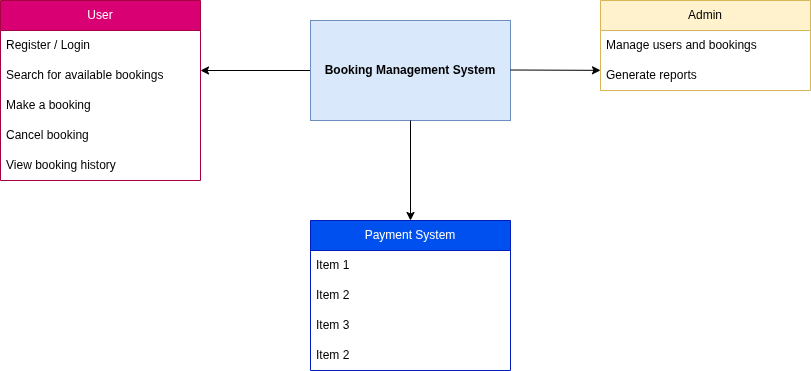
Before: alx-booking-uc.png, a diagram exported from draw.io (enyasystem/requirement-analysis). Source tidied: cells renumbered, new cells last; positions are measured from the earlier drawing's top-left corner, leaving out a move shared by most shapes.
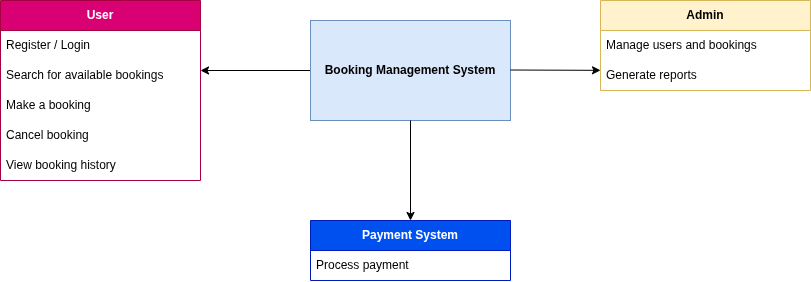
The same file after the commit.

The edit, as a diff of the source:
```diff
@@ -16,7 +16,7 @@
         <mxPoint x="600" y="69.8" as="targetPoint" />
       </mxGeometry>
     </mxCell>
-    <mxCell id="5" value="User" style="swimlane;fontStyle=0;horizontal=1;startSize=30;whiteSpace=wrap;html=1;direction=east;fillColor=#d80073;fontColor=#ffffff;strokeColor=#A50040;" parent="1" vertex="1">
+    <mxCell id="5" value="&lt;b&gt;User&lt;/b&gt;" style="swimlane;fontStyle=0;horizontal=1;startSize=30;whiteSpace=wrap;html=1;direction=east;fillColor=#d80073;fontColor=#ffffff;strokeColor=#A50040;" parent="1" vertex="1">
       <mxGeometry width="200" height="180" as="geometry" />
     </mxCell>
     <mxCell id="6" value="Register / Login" style="text;strokeColor=none;fillColor=none;align=left;verticalAlign=middle;spacingLeft=4;spacingRight=4;overflow=hidden;whiteSpace=wrap;html=1;" parent="5" vertex="1">
@@ -34,22 +34,13 @@
     <mxCell id="10" value="View booking history" style="text;strokeColor=none;fillColor=none;align=left;verticalAlign=middle;spacingLeft=4;spacingRight=4;overflow=hidden;whiteSpace=wrap;html=1;" parent="5" vertex="1">
       <mxGeometry y="150" width="200" height="30" as="geometry" />
     </mxCell>
-    <mxCell id="11" value="Payment System" style="swimlane;fontStyle=0;horizontal=1;startSize=30;whiteSpace=wrap;html=1;fillColor=#0050ef;fontColor=#ffffff;strokeColor=#001DBC;" parent="1" vertex="1">
-      <mxGeometry x="310" y="220" width="200" height="150" as="geometry" />
+    <mxCell id="11" value="&lt;b&gt;Payment System&lt;/b&gt;" style="swimlane;fontStyle=0;horizontal=1;startSize=30;whiteSpace=wrap;html=1;fillColor=#0050ef;fontColor=#ffffff;strokeColor=#001DBC;" parent="1" vertex="1">
+      <mxGeometry x="310" y="220" width="200" height="60" as="geometry" />
     </mxCell>
-    <mxCell id="12" value="Item 1" style="text;strokeColor=none;fillColor=none;align=left;verticalAlign=middle;spacingLeft=4;spacingRight=4;overflow=hidden;whiteSpace=wrap;html=1;" parent="11" vertex="1">
+    <mxCell id="12" value="Process payment" style="text;strokeColor=none;fillColor=none;align=left;verticalAlign=middle;spacingLeft=4;spacingRight=4;overflow=hidden;whiteSpace=wrap;html=1;" parent="11" vertex="1">
       <mxGeometry y="30" width="200" height="30" as="geometry" />
     </mxCell>
-    <mxCell id="13" value="Item 2" style="text;strokeColor=none;fillColor=none;align=left;verticalAlign=middle;spacingLeft=4;spacingRight=4;overflow=hidden;whiteSpace=wrap;html=1;" parent="11" vertex="1">
-      <mxGeometry y="60" width="200" height="30" as="geometry" />
-    </mxCell>
-    <mxCell id="14" value="Item 3" style="text;strokeColor=none;fillColor=none;align=left;verticalAlign=middle;spacingLeft=4;spacingRight=4;overflow=hidden;whiteSpace=wrap;html=1;" parent="11" vertex="1">
-      <mxGeometry y="90" width="200" height="30" as="geometry" />
-    </mxCell>
-    <mxCell id="15" value="Item 2" style="text;strokeColor=none;fillColor=none;align=left;verticalAlign=middle;spacingLeft=4;spacingRight=4;overflow=hidden;whiteSpace=wrap;html=1;" parent="11" vertex="1">
-      <mxGeometry y="120" width="200" height="30" as="geometry" />
-    </mxCell>
-    <mxCell id="16" value="Admin" style="swimlane;fontStyle=0;horizontal=1;startSize=30;whiteSpace=wrap;html=1;fillColor=#fff2cc;strokeColor=#d6b656;" parent="1" vertex="1">
+    <mxCell id="16" value="&lt;b&gt;Admin&lt;/b&gt;" style="swimlane;fontStyle=0;horizontal=1;startSize=30;whiteSpace=wrap;html=1;fillColor=#fff2cc;strokeColor=#d6b656;" parent="1" vertex="1">
       <mxGeometry x="600" width="210" height="90" as="geometry" />
     </mxCell>
     <mxCell id="17" value="Manage users and bookings" style="text;strokeColor=none;fillColor=none;align=left;verticalAlign=middle;spacingLeft=4;spacingRight=4;overflow=hidden;whiteSpace=wrap;html=1;" parent="16" vertex="1">
```
